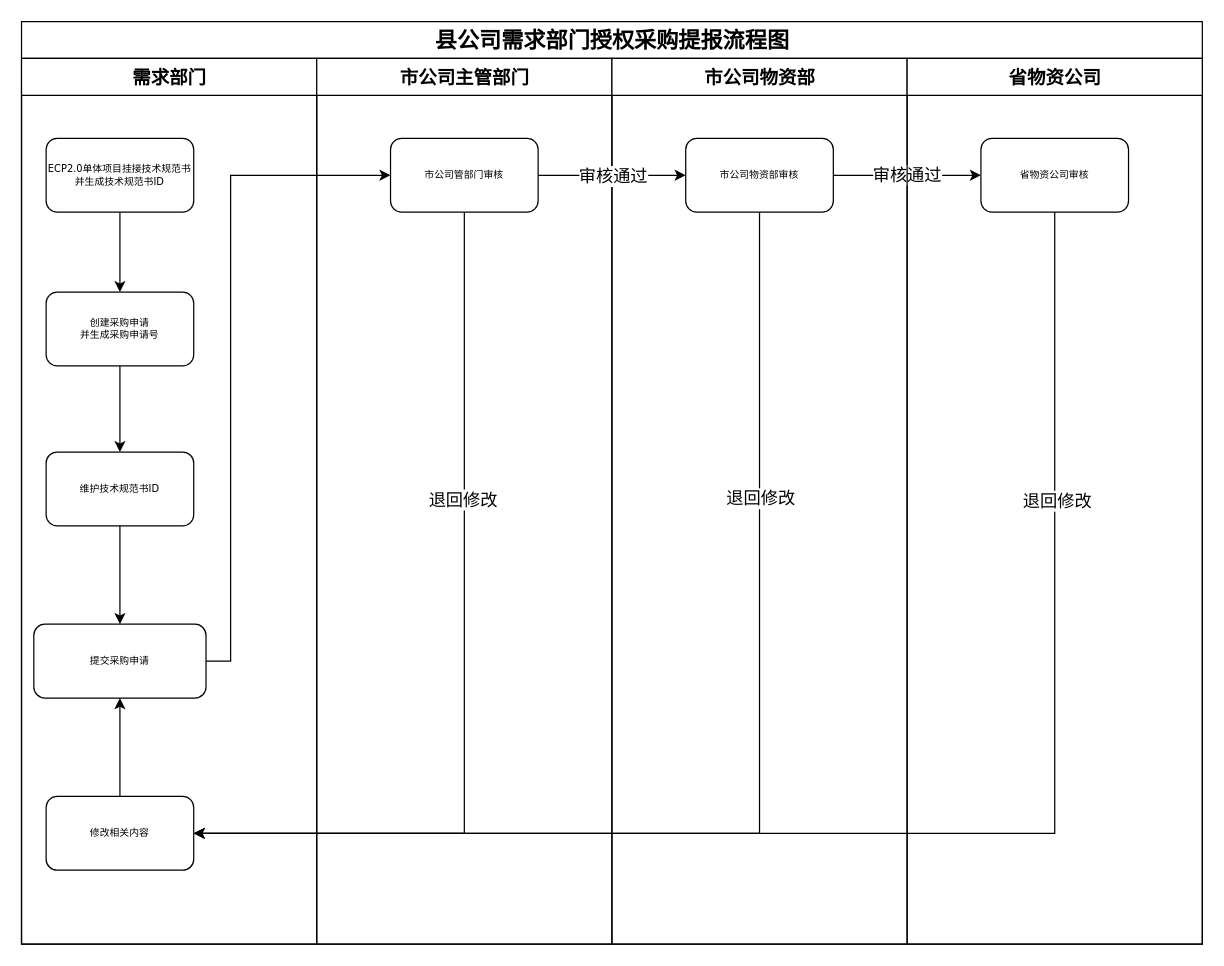
Before: 县公司提报流程.drawio in KongValley/hugo, a draw.io diagram. Source tidied: cells renumbered, new cells numbered last; positions are measured from the earlier drawing's top-left corner, leaving out a move shared by most shapes. Both pictures are drawn from the tidied source at 123%, with x=0, y=0 at pixel (21, 21).
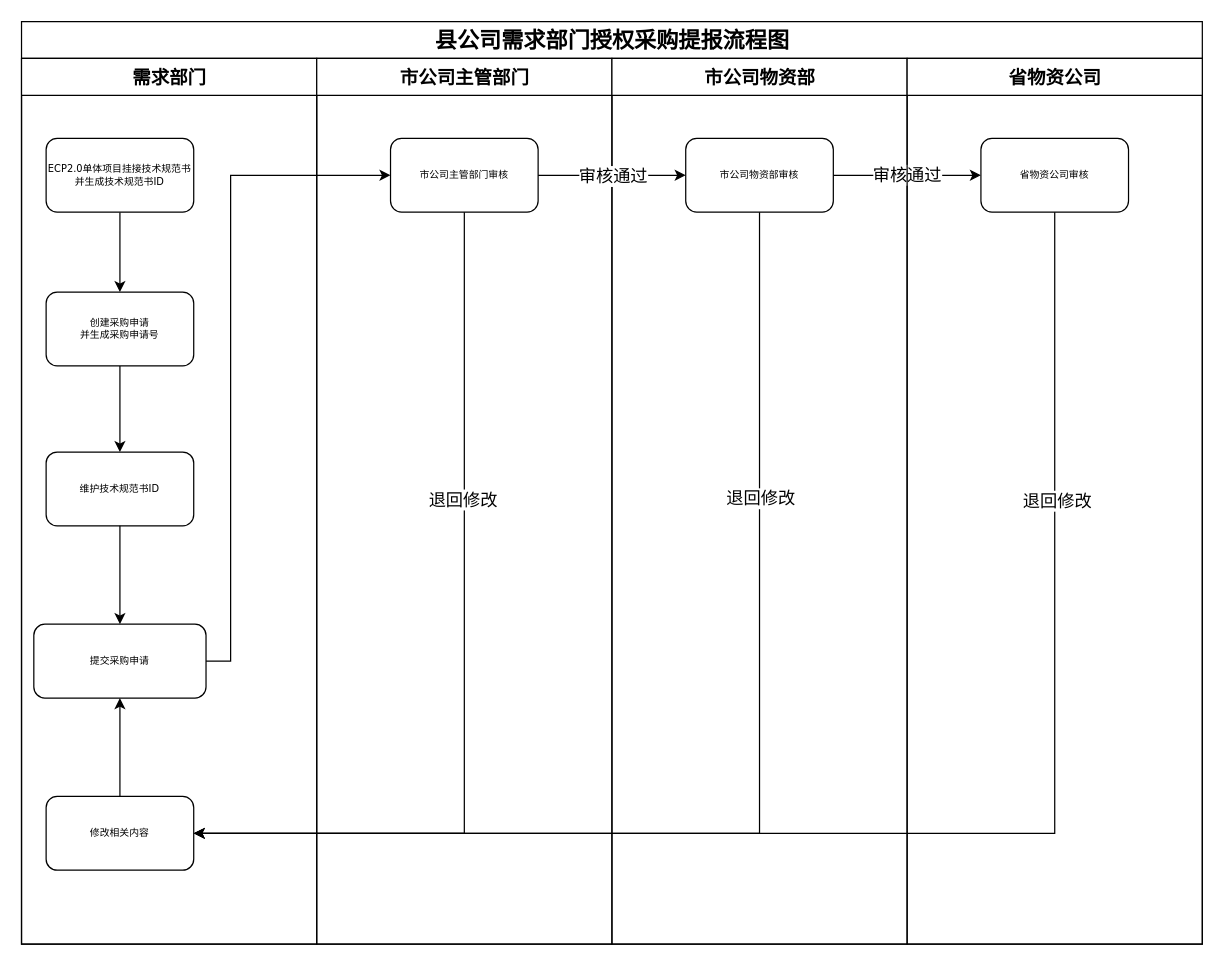
Above is the later version.

Commit message:
Update 县公司提报流程.drawio

Unchanged cells that the change refers to:
```xml
<mxCell id="9" value="市公司主管部门" style="swimlane;html=1;startSize=30;fontSize=15;" parent="2" vertex="1">
  <mxGeometry x="240" y="30" width="240" height="720" as="geometry" />
</mxCell>
```

What changed in the source:
```diff
@@
-    <mxCell id="10" value="市公司管部门审核" style="whiteSpace=wrap;html=1;rounded=1;shadow=0;fontFamily=Verdana;fontSize=8;strokeWidth=1;" parent="9" vertex="1">
+    <mxCell id="10" value="市公司主管部门审核" style="whiteSpace=wrap;html=1;rounded=1;shadow=0;fontFamily=Verdana;fontSize=8;strokeWidth=1;" parent="9" vertex="1">
       <mxGeometry x="60" y="65" width="120" height="60" as="geometry" />
     </mxCell>
```
